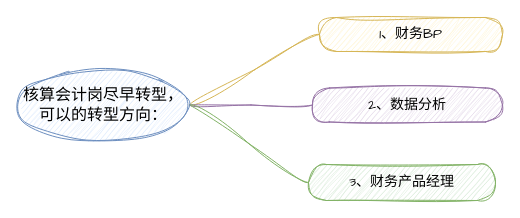
Before: 核算会计岗转型思路.drawio in herozdz/drawio, a draw.io diagram. Source tidied: cells renumbered, new cells numbered last; positions are measured from the earlier drawing's top-left corner, leaving out a move shared by most shapes. Both pictures are drawn from the tidied source at 100%, with x=0, y=0 at pixel (17, 17).
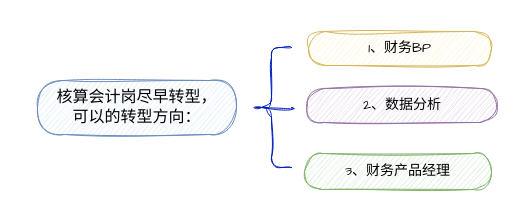
After the change.

Commit message (it also covers changes not shown here):
更新核算会计岗转型思路.drawio

Change to the diagram source:
```diff
@@
 <mxGraphModel>
   <root>
     <mxCell id="0" />
     <mxCell id="1" parent="0" />
-    <mxCell id="2" style="edgeStyle=entityRelationEdgeStyle;curved=1;rounded=0;sketch=1;hachureGap=4;jiggle=2;curveFitting=1;jettySize=auto;html=1;startArrow=none;endArrow=none;segment=10;sourcePerimeterSpacing=0;targetPerimeterSpacing=0;exitX=1;exitY=0.5;exitDx=0;exitDy=0;entryX=0;entryY=0.5;entryDx=0;entryDy=0;fontFamily=Architects Daughter;fontSize=16;startSize=14;endSize=14;fillColor=#fff2cc;strokeColor=#d6b656;" parent="1" edge="1" source="5" target="6">
-      <mxGeometry relative="1" as="geometry" />
-    </mxCell>
-    <mxCell id="3" style="edgeStyle=entityRelationEdgeStyle;curved=1;rounded=0;sketch=1;hachureGap=4;jiggle=2;curveFitting=1;jettySize=auto;html=1;startArrow=none;endArrow=none;segment=10;sourcePerimeterSpacing=0;targetPerimeterSpacing=0;exitX=1;exitY=0.5;exitDx=0;exitDy=0;entryX=0;entryY=0.5;entryDx=0;entryDy=0;fontFamily=Architects Daughter;fontSize=16;startSize=14;endSize=14;fillColor=#e1d5e7;strokeColor=#9673a6;" parent="1" edge="1" source="5" target="7">
-      <mxGeometry relative="1" as="geometry" />
-    </mxCell>
-    <mxCell id="4" style="edgeStyle=entityRelationEdgeStyle;curved=1;rounded=0;sketch=1;hachureGap=4;jiggle=2;curveFitting=1;jettySize=auto;html=1;startArrow=none;endArrow=none;segment=10;sourcePerimeterSpacing=0;targetPerimeterSpacing=0;exitX=1;exitY=0.5;exitDx=0;exitDy=0;entryX=0;entryY=0.5;entryDx=0;entryDy=0;fontFamily=Architects Daughter;fontSize=16;startSize=14;endSize=14;fillColor=#d5e8d4;strokeColor=#82b366;" parent="1" edge="1" source="5" target="8">
-      <mxGeometry relative="1" as="geometry" />
-    </mxCell>
-    <mxCell id="5" value="核算会计岗尽早转型，&lt;div style=&quot;font-size: 16px;&quot;&gt;可以的转型方向：&lt;/div&gt;" style="ellipse;whiteSpace=wrap;html=1;align=center;newEdgeStyle={&quot;edgeStyle&quot;:&quot;entityRelationEdgeStyle&quot;,&quot;startArrow&quot;:&quot;none&quot;,&quot;endArrow&quot;:&quot;none&quot;,&quot;segment&quot;:10,&quot;curved&quot;:1,&quot;sourcePerimeterSpacing&quot;:0,&quot;targetPerimeterSpacing&quot;:0};sketch=1;hachureGap=4;jiggle=2;curveFitting=1;fontFamily=Architects Daughter;fillColor=#dae8fc;strokeColor=#6c8ebf;fontSize=16;" parent="1" vertex="1">
-      <mxGeometry y="52" width="172" height="71" as="geometry" />
-    </mxCell>
     <mxCell id="6" value="1、财务BP" style="whiteSpace=wrap;html=1;rounded=1;arcSize=50;align=center;verticalAlign=middle;strokeWidth=1;spacing=4;newEdgeStyle={&quot;edgeStyle&quot;:&quot;entityRelationEdgeStyle&quot;,&quot;startArrow&quot;:&quot;none&quot;,&quot;endArrow&quot;:&quot;none&quot;,&quot;segment&quot;:10,&quot;curved&quot;:1,&quot;sourcePerimeterSpacing&quot;:0,&quot;targetPerimeterSpacing&quot;:0};sketch=1;hachureGap=4;jiggle=2;curveFitting=1;fontFamily=Architects Daughter;fillColor=#fff2cc;strokeColor=#d6b656;fontSize=14;" parent="1" vertex="1">
-      <mxGeometry x="302" width="183" height="34" as="geometry" />
+      <mxGeometry x="291" y="14" width="183" height="34" as="geometry" />
     </mxCell>
     <mxCell id="7" value="2、数据分析" style="whiteSpace=wrap;html=1;rounded=1;arcSize=50;align=center;verticalAlign=middle;strokeWidth=1;spacing=4;newEdgeStyle={&quot;edgeStyle&quot;:&quot;entityRelationEdgeStyle&quot;,&quot;startArrow&quot;:&quot;none&quot;,&quot;endArrow&quot;:&quot;none&quot;,&quot;segment&quot;:10,&quot;curved&quot;:1,&quot;sourcePerimeterSpacing&quot;:0,&quot;targetPerimeterSpacing&quot;:0};sketch=1;hachureGap=4;jiggle=2;curveFitting=1;fontFamily=Architects Daughter;fillColor=#e1d5e7;strokeColor=#9673a6;fontSize=14;" parent="1" vertex="1">
-      <mxGeometry x="295" y="70.5" width="190" height="34" as="geometry" />
+      <mxGeometry x="289.5" y="71" width="190" height="34" as="geometry" />
     </mxCell>
     <mxCell id="8" value="3、财务产品经理" style="whiteSpace=wrap;html=1;rounded=1;arcSize=50;align=center;verticalAlign=middle;strokeWidth=1;spacing=4;newEdgeStyle={&quot;edgeStyle&quot;:&quot;entityRelationEdgeStyle&quot;,&quot;startArrow&quot;:&quot;none&quot;,&quot;endArrow&quot;:&quot;none&quot;,&quot;segment&quot;:10,&quot;curved&quot;:1,&quot;sourcePerimeterSpacing&quot;:0,&quot;targetPerimeterSpacing&quot;:0};sketch=1;hachureGap=4;jiggle=2;curveFitting=1;fontFamily=Architects Daughter;fillColor=#d5e8d4;strokeColor=#82b366;fontSize=14;" parent="1" vertex="1">
-      <mxGeometry x="291" y="147" width="187" height="36" as="geometry" />
+      <mxGeometry x="287" y="136" width="187" height="36" as="geometry" />
     </mxCell>
+    <mxCell id="9" style="edgeStyle=entityRelationEdgeStyle;curved=1;rounded=0;sketch=1;hachureGap=4;jiggle=2;curveFitting=1;orthogonalLoop=1;jettySize=auto;html=1;startArrow=none;endArrow=none;segment=10;sourcePerimeterSpacing=0;targetPerimeterSpacing=0;fontFamily=Architects Daughter;fontSize=16;startSize=14;endSize=14;exitX=0.333;exitY=0.503;exitDx=0;exitDy=0;exitPerimeter=0;fillColor=#0050ef;strokeColor=#001DBC;" parent="1" edge="1" source="10" target="10">
+      <mxGeometry relative="1" as="geometry">
+        <Array as="points">
+          <mxPoint x="254" y="91" />
+          <mxPoint x="253" y="96" />
+          <mxPoint x="240" y="94" />
+        </Array>
+      </mxGeometry>
+    </mxCell>
+    <mxCell id="10" style="shape=curlyBracket;whiteSpace=wrap;html=1;rounded=1;labelPosition=left;verticalLabelPosition=middle;align=right;verticalAlign=middle;sketch=1;hachureGap=4;jiggle=2;curveFitting=1;fontFamily=Architects Daughter;fillColor=#0050ef;fontColor=#ffffff;strokeColor=#001DBC;" parent="1" vertex="1">
+      <mxGeometry x="234" y="30" width="40" height="120" as="geometry" />
+    </mxCell>
+    <mxCell id="5" value="&lt;span style=&quot;font-size: 16px;&quot;&gt;核算会计岗尽早转型，&lt;/span&gt;&lt;div style=&quot;font-size: 16px;&quot;&gt;可以的转型方向：&lt;/div&gt;" style="whiteSpace=wrap;html=1;rounded=1;arcSize=50;align=center;verticalAlign=middle;strokeWidth=1;spacing=4;newEdgeStyle={&quot;edgeStyle&quot;:&quot;entityRelationEdgeStyle&quot;,&quot;startArrow&quot;:&quot;none&quot;,&quot;endArrow&quot;:&quot;none&quot;,&quot;segment&quot;:10,&quot;curved&quot;:1,&quot;sourcePerimeterSpacing&quot;:0,&quot;targetPerimeterSpacing&quot;:0};sketch=1;hachureGap=4;jiggle=2;curveFitting=1;fontFamily=Architects Daughter;fillColor=#dae8fc;strokeColor=#6c8ebf;fontSize=14;" parent="1" vertex="1">
+      <mxGeometry x="20" y="63" width="199" height="54" as="geometry" />
+    </mxCell>
   </root>
 </mxGraphModel>
```
